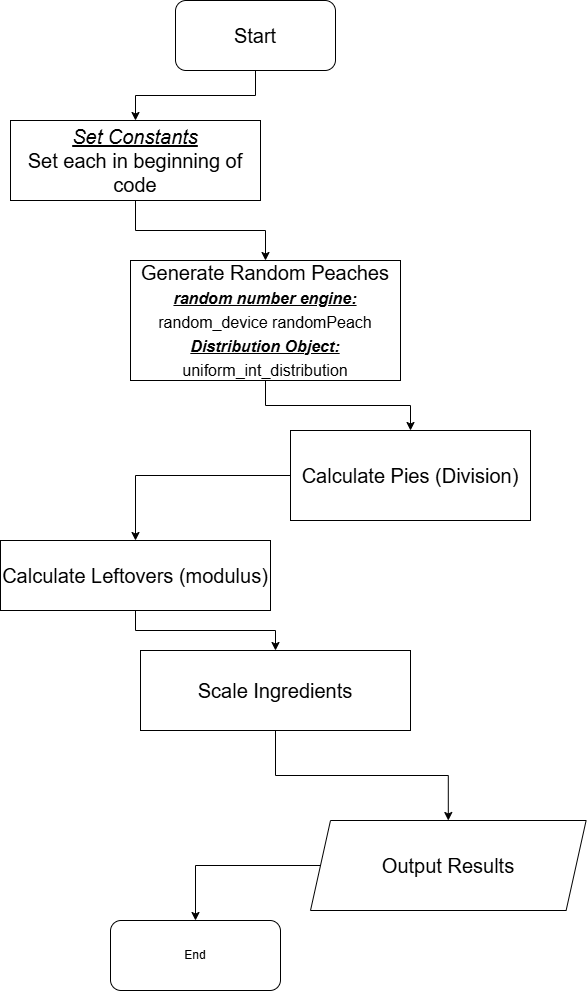
The draw.io diagram Peach1.drawio.png in ericgeiger1/PeachPie, before a commit. Source tidied: cells renumbered, new cells last; positions are measured from the earlier drawing's top-left corner, leaving out a move shared by most shapes. Its diagram source:
```xml
<mxGraphModel background="#ffffff">
  <root>
    <mxCell id="0" />
    <mxCell id="1" parent="0" />
    <mxCell id="2" style="edgeStyle=orthogonalEdgeStyle;rounded=0;jettySize=auto;html=1;" parent="1" edge="1" source="3" target="8">
      <mxGeometry relative="1" as="geometry" />
    </mxCell>
    <mxCell id="3" value="Start" style="rounded=1;whiteSpace=wrap;html=1;fontSize=20;" parent="1" vertex="1">
      <mxGeometry x="175" width="160" height="70" as="geometry" />
    </mxCell>
    <mxCell id="4" value="End" style="rounded=1;whiteSpace=wrap;html=1;" parent="1" vertex="1">
      <mxGeometry x="110" y="920" width="170" height="70" as="geometry" />
    </mxCell>
    <mxCell id="5" style="edgeStyle=orthogonalEdgeStyle;rounded=0;jettySize=auto;html=1;" parent="1" edge="1" source="6" target="4">
      <mxGeometry relative="1" as="geometry" />
    </mxCell>
    <mxCell id="6" value="Output Results" style="shape=parallelogram;perimeter=parallelogramPerimeter;whiteSpace=wrap;html=1;fixedSize=1;fontSize=20;" parent="1" vertex="1">
      <mxGeometry x="310" y="820" width="275.6" height="90" as="geometry" />
    </mxCell>
    <mxCell id="7" style="edgeStyle=orthogonalEdgeStyle;rounded=0;jettySize=auto;html=1;" parent="1" edge="1" source="8" target="10">
      <mxGeometry relative="1" as="geometry" />
    </mxCell>
    <mxCell id="8" value="&lt;div&gt;&lt;i&gt;&lt;u&gt;Set Constants&lt;/u&gt;&lt;/i&gt;&lt;/div&gt;&lt;div&gt;Set each in beginning of code&lt;/div&gt;" style="rounded=0;whiteSpace=wrap;html=1;fontSize=20;" parent="1" vertex="1">
      <mxGeometry x="10" y="120" width="250" height="80" as="geometry" />
    </mxCell>
    <mxCell id="9" style="edgeStyle=orthogonalEdgeStyle;rounded=0;jettySize=auto;html=1;" parent="1" edge="1" source="10" target="12">
      <mxGeometry relative="1" as="geometry" />
    </mxCell>
    <mxCell id="10" value="Generate Random Peaches&lt;div&gt;&lt;span style=&quot;font-size:12.0pt;line-height:115%;&amp;lt;br/&amp;gt;font-family:&amp;quot;Aptos&amp;quot;,sans-serif;mso-ascii-theme-font:minor-latin;mso-fareast-font-family:&amp;lt;br/&amp;gt;Aptos;mso-fareast-theme-font:minor-latin;mso-hansi-theme-font:minor-latin;&amp;lt;br/&amp;gt;mso-bidi-font-family:&amp;quot;Times New Roman&amp;quot;;mso-bidi-theme-font:minor-bidi;&amp;lt;br/&amp;gt;mso-ansi-language:EN-US;mso-fareast-language:EN-US;mso-bidi-language:AR-SA&quot;&gt;&lt;i&gt;&lt;u&gt;&lt;b&gt;random number engine:&lt;/b&gt;&lt;/u&gt;&lt;/i&gt; random_device randomPeach&lt;/span&gt;&lt;/div&gt;&lt;div&gt;&lt;span style=&quot;font-size:12.0pt;line-height:115%;&amp;lt;br/&amp;gt;font-family:&amp;quot;Aptos&amp;quot;,sans-serif;mso-ascii-theme-font:minor-latin;mso-fareast-font-family:&amp;lt;br/&amp;gt;Aptos;mso-fareast-theme-font:minor-latin;mso-hansi-theme-font:minor-latin;&amp;lt;br/&amp;gt;mso-bidi-font-family:&amp;quot;Times New Roman&amp;quot;;mso-bidi-theme-font:minor-bidi;&amp;lt;br/&amp;gt;mso-ansi-language:EN-US;mso-fareast-language:EN-US;mso-bidi-language:AR-SA&quot;&gt;&lt;span style=&quot;font-size:12.0pt;line-height:115%;&lt;br/&gt;font-family:&amp;quot;Aptos&amp;quot;,sans-serif;mso-ascii-theme-font:minor-latin;mso-fareast-font-family:&lt;br/&gt;Aptos;mso-fareast-theme-font:minor-latin;mso-hansi-theme-font:minor-latin;&lt;br/&gt;mso-bidi-font-family:&amp;quot;Times New Roman&amp;quot;;mso-bidi-theme-font:minor-bidi;&lt;br/&gt;mso-ansi-language:EN-US;mso-fareast-language:EN-US;mso-bidi-language:AR-SA&quot;&gt;&lt;i&gt;&lt;u&gt;&lt;b&gt;Distribution Object:&lt;/b&gt;&lt;/u&gt;&lt;/i&gt; uniform_int_distribution&lt;/span&gt;&lt;/span&gt;&lt;/div&gt;" style="rounded=0;whiteSpace=wrap;html=1;fontSize=20;" parent="1" vertex="1">
      <mxGeometry x="130" y="260" width="270" height="120" as="geometry" />
    </mxCell>
    <mxCell id="11" style="edgeStyle=orthogonalEdgeStyle;rounded=0;jettySize=auto;html=1;" parent="1" edge="1" source="12" target="14">
      <mxGeometry relative="1" as="geometry" />
    </mxCell>
    <mxCell id="12" value="Calculate Pies (Division)" style="rounded=0;whiteSpace=wrap;html=1;fontSize=20;" parent="1" vertex="1">
      <mxGeometry x="290" y="430" width="240" height="90" as="geometry" />
    </mxCell>
    <mxCell id="13" style="edgeStyle=orthogonalEdgeStyle;rounded=0;jettySize=auto;html=1;" parent="1" edge="1" source="14" target="16">
      <mxGeometry relative="1" as="geometry" />
    </mxCell>
    <mxCell id="14" value="Calculate Leftovers (modulus)" style="rounded=0;whiteSpace=wrap;html=1;fontSize=20;" parent="1" vertex="1">
      <mxGeometry y="540" width="270" height="70" as="geometry" />
    </mxCell>
    <mxCell id="15" style="edgeStyle=orthogonalEdgeStyle;rounded=0;jettySize=auto;html=1;" parent="1" edge="1" source="16" target="6">
      <mxGeometry relative="1" as="geometry" />
    </mxCell>
    <mxCell id="16" value="Scale Ingredients" style="rounded=0;whiteSpace=wrap;html=1;fontSize=20;" parent="1" vertex="1">
      <mxGeometry x="140" y="650" width="270" height="80" as="geometry" />
    </mxCell>
  </root>
</mxGraphModel>
```
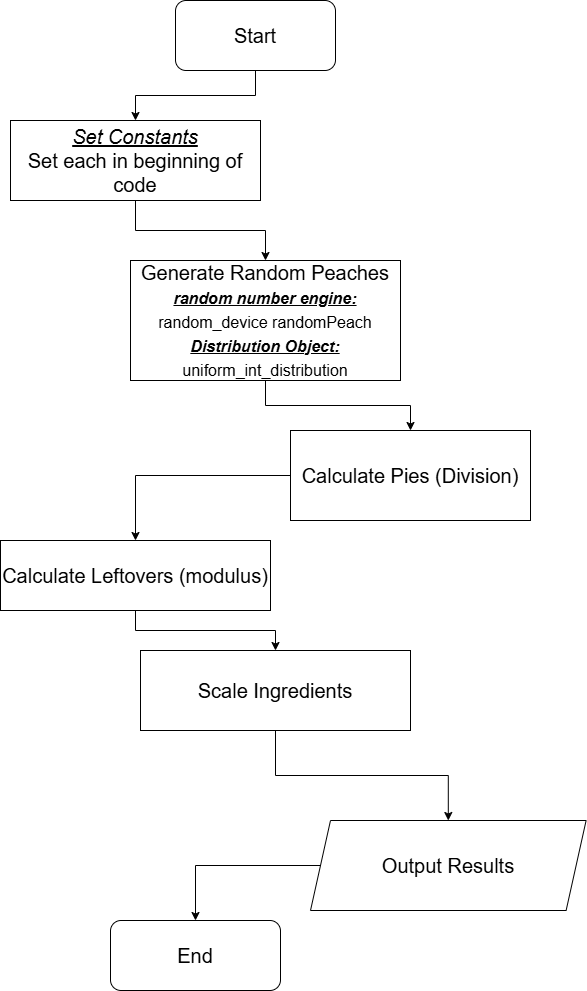
The same diagram one commit later.

What changed in the source:
```diff
@@ -8,7 +8,7 @@
     <mxCell id="3" value="Start" style="rounded=1;whiteSpace=wrap;html=1;fontSize=20;" parent="1" vertex="1">
       <mxGeometry x="175" width="160" height="70" as="geometry" />
     </mxCell>
-    <mxCell id="4" value="End" style="rounded=1;whiteSpace=wrap;html=1;" parent="1" vertex="1">
+    <mxCell id="4" value="&lt;font style=&quot;font-size: 20px;&quot;&gt;End&lt;/font&gt;" style="rounded=1;whiteSpace=wrap;html=1;" parent="1" vertex="1">
       <mxGeometry x="110" y="920" width="170" height="70" as="geometry" />
     </mxCell>
     <mxCell id="5" style="edgeStyle=orthogonalEdgeStyle;rounded=0;jettySize=auto;html=1;" parent="1" edge="1" source="6" target="4">
```
